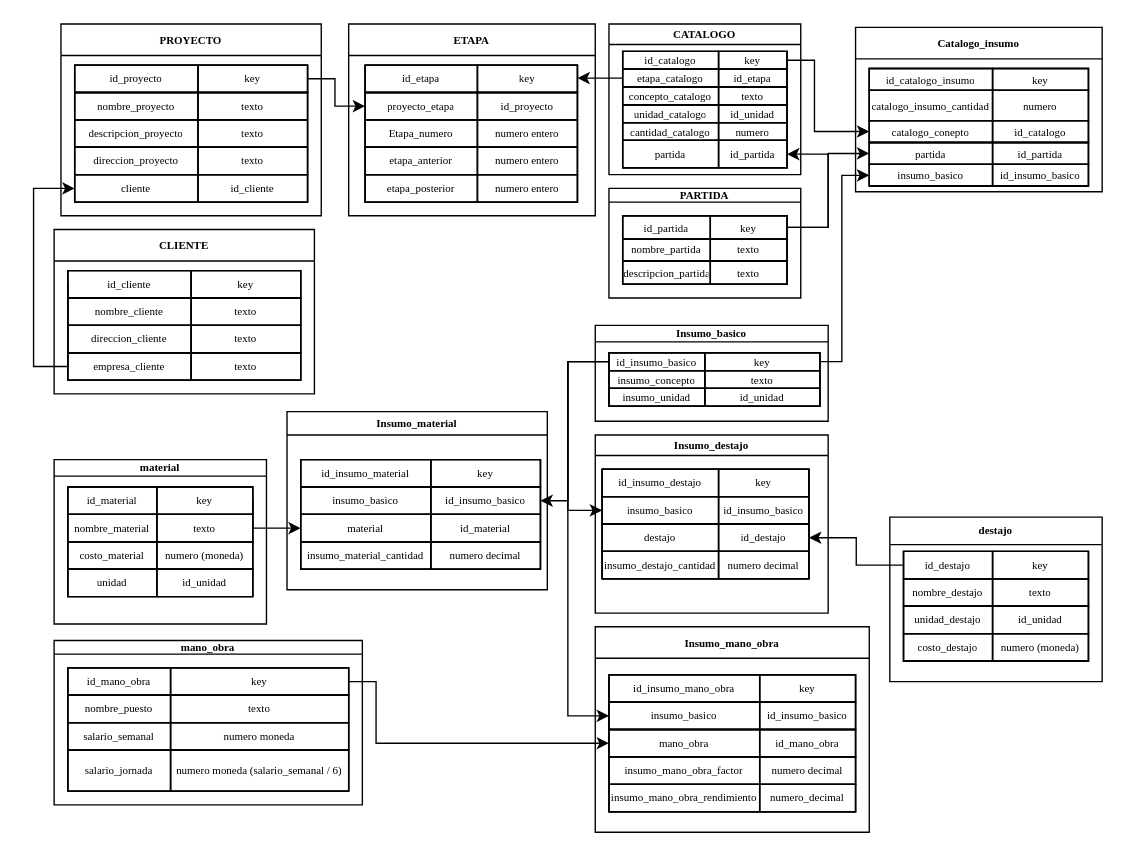
Above: Base_datos.drawio in joserra71/AdmonObra (draw.io), before the change. Source tidied: cells renumbered, new cells numbered last; positions are measured from the earlier drawing's top-left corner, leaving out a move shared by most shapes. Both pictures are drawn from the tidied source at 137%, with x=0, y=0 at pixel (33, 23).
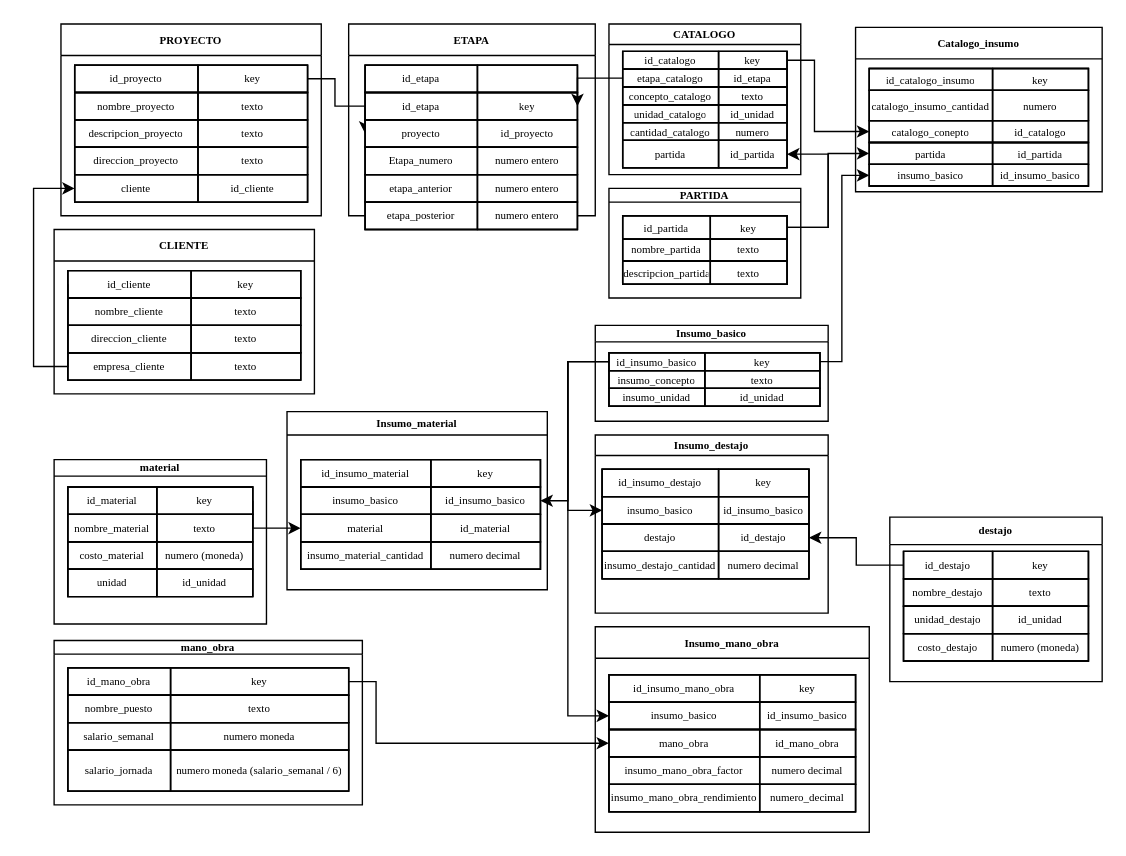
After the change.

Unchanged cells that the change refers to:
```xml
<mxCell id="178" value="ETAPA" style="swimlane;whiteSpace=wrap;html=1;fontFamily=Garamond;fontSize=8;" parent="1" vertex="1">
  <mxGeometry x="230" width="180" height="140" as="geometry" />
</mxCell>
```

Diff of the diagram source:
```diff
@@
     <mxCell id="179" style="shape=table;startSize=0;childLayout=tableLayout;fixedHeader=1;tableRender=collapsed;fontFamily=Garamond;fontSize=8;" parent="178" vertex="1">
-      <mxGeometry x="12" y="30" width="155" height="100" as="geometry" />
+      <mxGeometry x="12" y="30" width="155" height="120" as="geometry" />
     </mxCell>
+    <mxCell id="209" style="shape=tableRow;horizontal=0;startSize=0;swimlaneHead=0;swimlaneBody=0;strokeColor=inherit;fillColor=none;fixedHeader=1;fontFamily=Garamond;fontSize=8;" parent="179" vertex="1">
+      <mxGeometry width="155" height="20" as="geometry" />
+    </mxCell>
+    <mxCell id="210" value="id_etapa" style="shape=partialRectangle;html=1;whiteSpace=wrap;strokeColor=inherit;overflow=hidden;fillColor=none;fontFamily=Garamond;fontSize=8;" parent="209" vertex="1">
+      <mxGeometry width="82" height="20" as="geometry" />
+    </mxCell>
+    <mxCell id="211" style="shape=partialRectangle;html=1;whiteSpace=wrap;strokeColor=inherit;overflow=hidden;fillColor=none;fontFamily=Garamond;fontSize=8;" parent="209" vertex="1">
+      <mxGeometry x="82" width="73" height="20" as="geometry" />
+    </mxCell>
     <mxCell id="180" style="shape=tableRow;horizontal=0;startSize=0;swimlaneHead=0;swimlaneBody=0;strokeColor=inherit;fillColor=none;points=[[0,0.5],[1,0.5]];portConstraint=eastwest;fixedHeader=1;fontFamily=Garamond;fontSize=8;" parent="179" vertex="1">
-      <mxGeometry width="155" height="20" as="geometry" />
+      <mxGeometry y="20" width="155" height="20" as="geometry" />
     </mxCell>
@@
     <mxCell id="183" style="shape=tableRow;horizontal=0;startSize=0;swimlaneHead=0;swimlaneBody=0;strokeColor=inherit;fillColor=none;points=[[0,0.5],[1,0.5]];portConstraint=eastwest;fixedHeader=1;fontFamily=Garamond;fontSize=8;" parent="179" vertex="1">
-      <mxGeometry y="20" width="155" height="20" as="geometry" />
+      <mxGeometry y="40" width="155" height="20" as="geometry" />
     </mxCell>
-    <mxCell id="184" value="proyecto_etapa" style="shape=partialRectangle;html=1;whiteSpace=wrap;strokeColor=inherit;overflow=hidden;fillColor=none;fontFamily=Garamond;fontSize=8;" parent="183" vertex="1">
+    <mxCell id="184" value="proyecto" style="shape=partialRectangle;html=1;whiteSpace=wrap;strokeColor=inherit;overflow=hidden;fillColor=none;fontFamily=Garamond;fontSize=8;" parent="183" vertex="1">
       <mxGeometry width="82" height="20" as="geometry" />
     </mxCell>
@@
     <mxCell id="186" style="shape=tableRow;horizontal=0;startSize=0;swimlaneHead=0;swimlaneBody=0;strokeColor=inherit;fillColor=none;fixedHeader=1;fontFamily=Garamond;fontSize=8;" parent="179" vertex="1">
-      <mxGeometry y="40" width="155" height="20" as="geometry" />
+      <mxGeometry y="60" width="155" height="20" as="geometry" />
     </mxCell>
@@
     <mxCell id="189" style="shape=tableRow;horizontal=0;startSize=0;swimlaneHead=0;swimlaneBody=0;strokeColor=inherit;fillColor=none;fixedHeader=1;fontFamily=Garamond;fontSize=8;" parent="179" vertex="1">
-      <mxGeometry y="60" width="155" height="20" as="geometry" />
+      <mxGeometry y="80" width="155" height="20" as="geometry" />
     </mxCell>
@@
     <mxCell id="192" style="shape=tableRow;horizontal=0;startSize=0;swimlaneHead=0;swimlaneBody=0;strokeColor=inherit;fillColor=none;fixedHeader=1;fontFamily=Garamond;fontSize=8;" parent="179" vertex="1">
-      <mxGeometry y="80" width="155" height="20" as="geometry" />
+      <mxGeometry y="100" width="155" height="20" as="geometry" />
     </mxCell>
```
